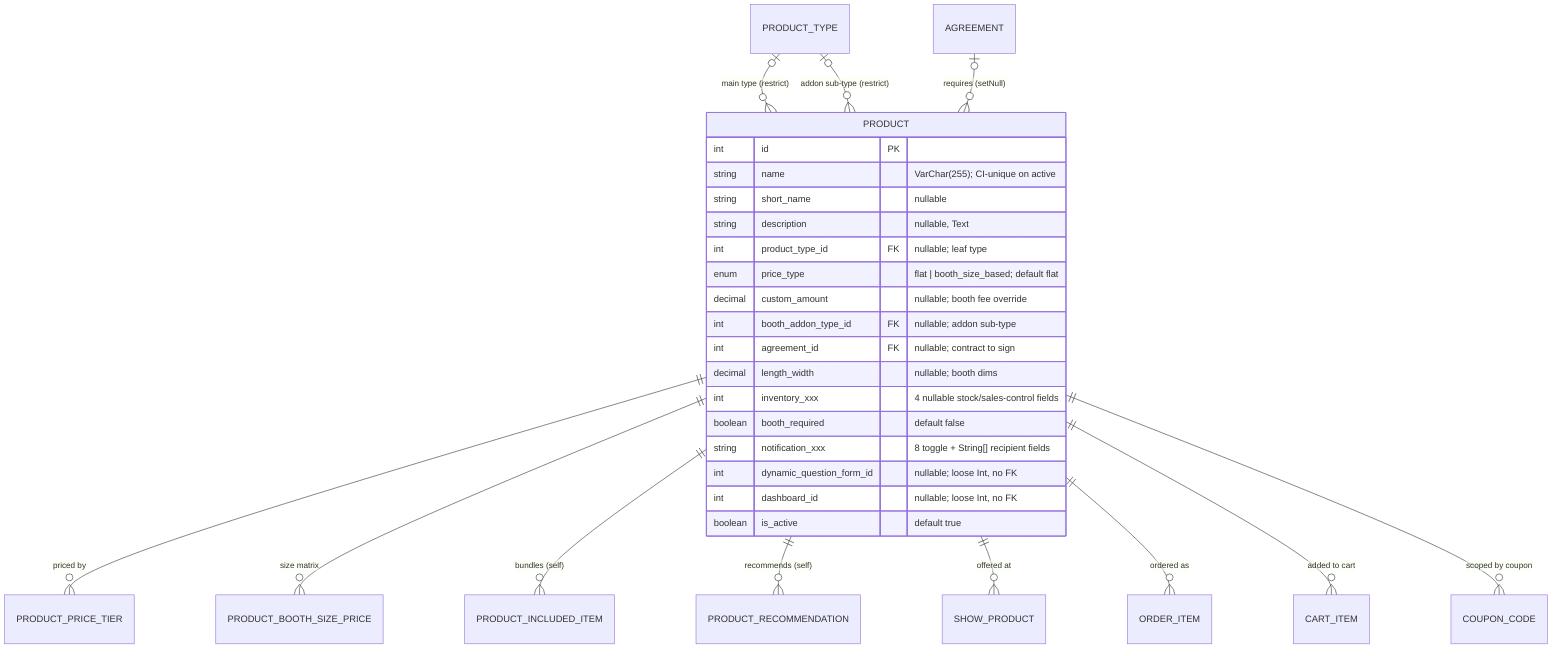
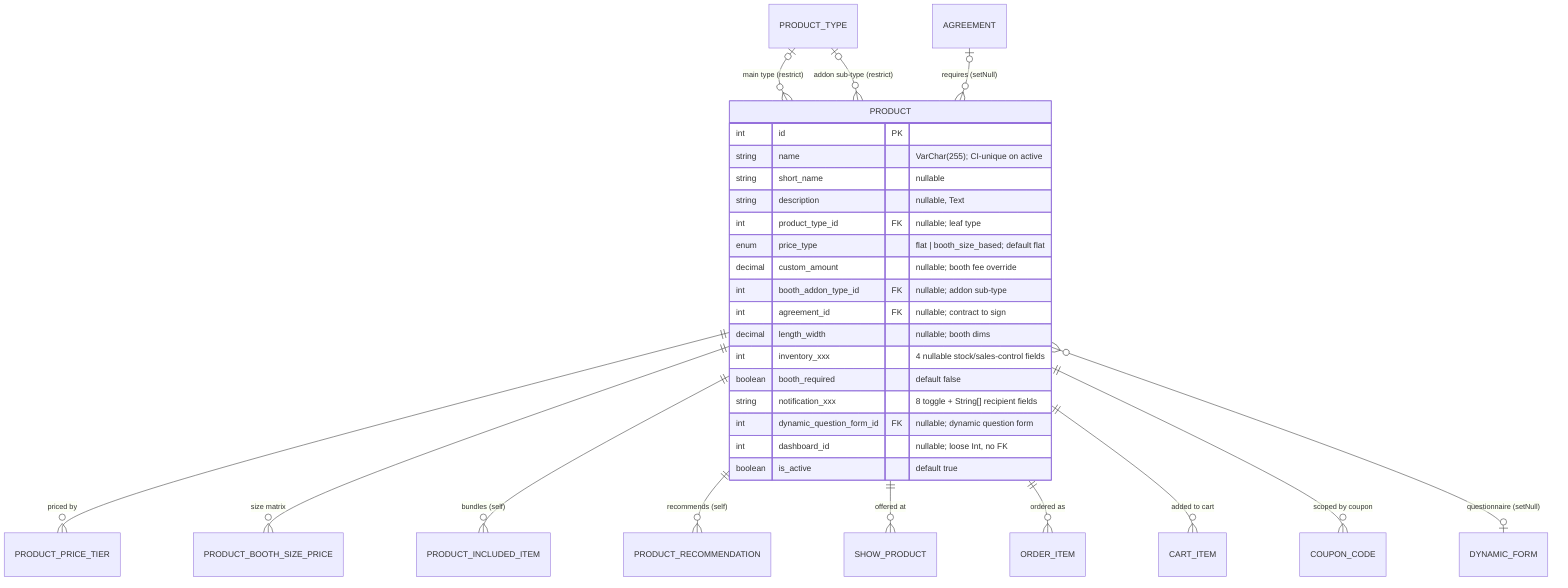
erDiagram
    PRODUCT_TYPE             |o--o{ PRODUCT : "main type (restrict)"
    PRODUCT_TYPE             |o--o{ PRODUCT : "addon sub-type (restrict)"
    AGREEMENT                |o--o{ PRODUCT : "requires (setNull)"
    PRODUCT                  ||--o{ PRODUCT_PRICE_TIER : "priced by"
    PRODUCT                  ||--o{ PRODUCT_BOOTH_SIZE_PRICE : "size matrix"
    PRODUCT                  ||--o{ PRODUCT_INCLUDED_ITEM : "bundles (self)"
    PRODUCT                  ||--o{ PRODUCT_RECOMMENDATION : "recommends (self)"
    PRODUCT                  ||--o{ SHOW_PRODUCT : "offered at"
    PRODUCT                  ||--o{ ORDER_ITEM : "ordered as"
    PRODUCT                  ||--o{ CART_ITEM : "added to cart"
    PRODUCT                  ||--o{ COUPON_CODE : "scoped by coupon"
+     PRODUCT                  }o--o| DYNAMIC_FORM : "questionnaire (setNull)"

    PRODUCT {
        int id PK
        string name "VarChar(255); CI-unique on active"
        string short_name "nullable"
        string description "nullable, Text"
        int product_type_id FK "nullable; leaf type"
        enum price_type "flat | booth_size_based; default flat"
        decimal custom_amount "nullable; booth fee override"
        int booth_addon_type_id FK "nullable; addon sub-type"
        int agreement_id FK "nullable; contract to sign"
        decimal length_width "nullable; booth dims"
        int inventory_xxx "4 nullable stock/sales-control fields"
        boolean booth_required "default false"
        string notification_xxx "8 toggle + String[] recipient fields"
-         int dynamic_question_form_id "nullable; loose Int, no FK"
+         int dynamic_question_form_id FK "nullable; dynamic question form"
        int dashboard_id "nullable; loose Int, no FK"
        boolean is_active "default true"
    }
